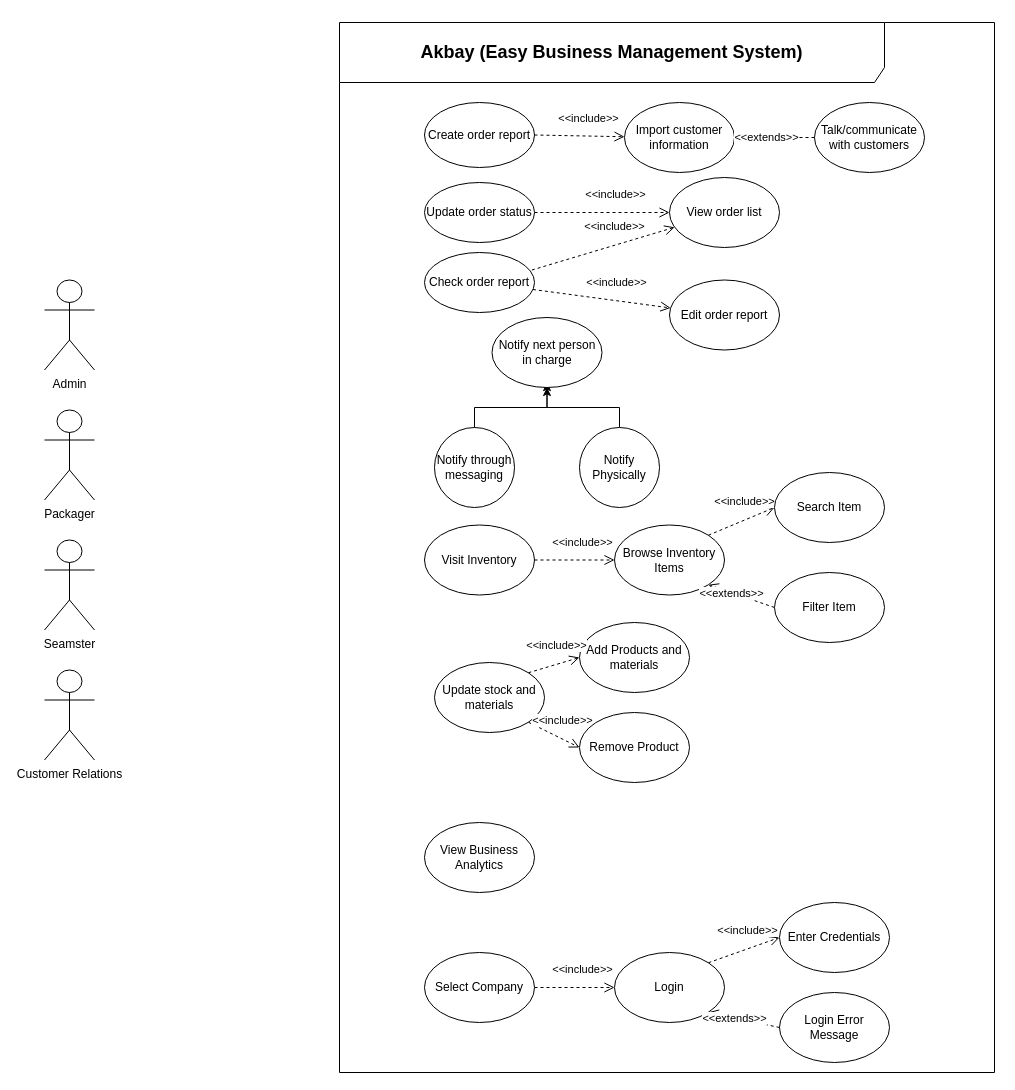
Earlier version of the draw.io diagram page "Page-6" (6 of 6) of UML CASE.drawio (BryanFabellore/Team_SPOTLIGHT). Source tidied: cells renumbered, new cells numbered last; positions are measured from the earlier drawing's top-left corner, leaving out a move shared by most shapes. Both pictures are drawn from the tidied source at 100%, with x=0, y=0 at pixel (44, 22).
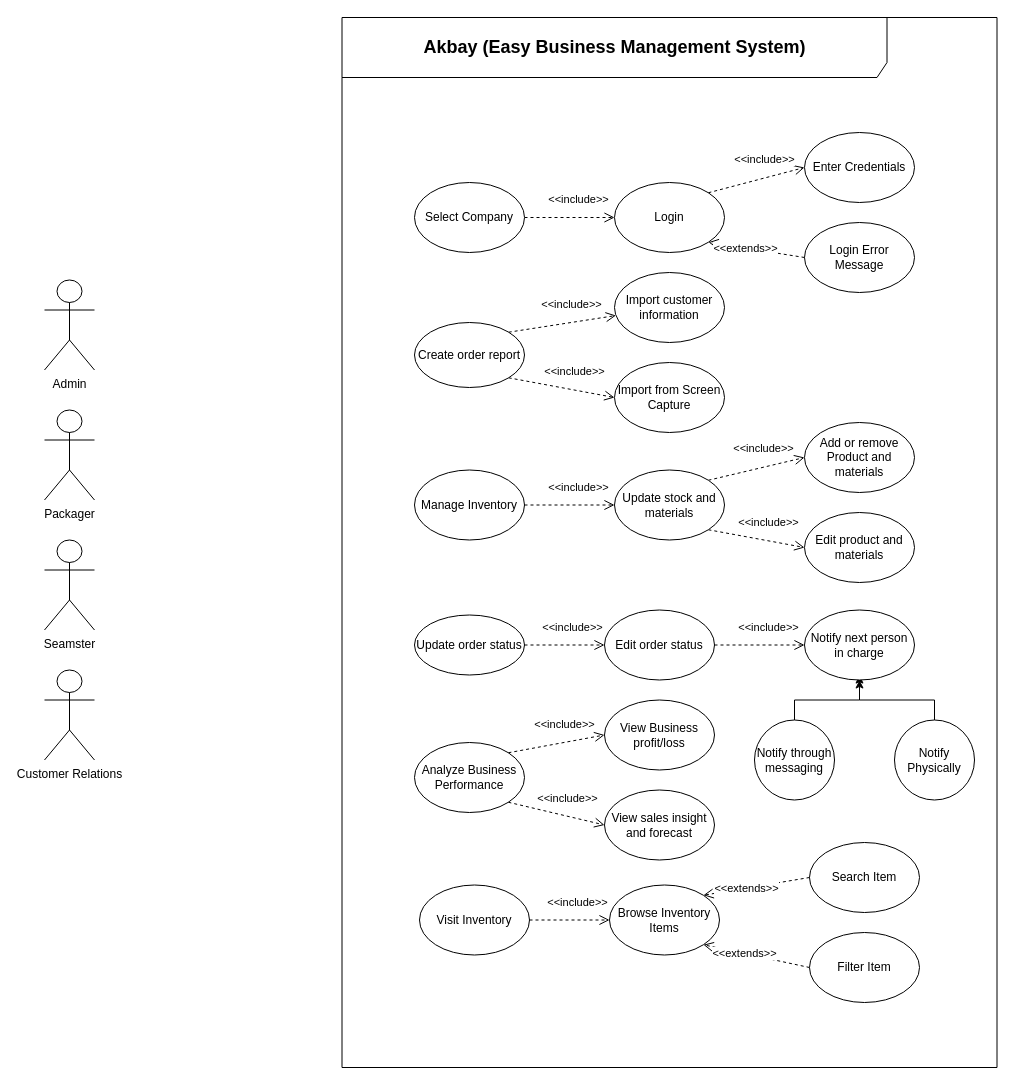
Above is the later version.

Diff of the diagram source:
```diff
@@
     <mxCell id="2" value="&lt;b&gt;&lt;font style=&quot;font-size: 18px;&quot;&gt;Akbay (Easy Business Management System)&lt;/font&gt;&lt;/b&gt;" style="shape=umlFrame;whiteSpace=wrap;html=1;width=545;height=60;" parent="1" vertex="1">
-      <mxGeometry x="295" width="655" height="1050" as="geometry" />
+      <mxGeometry x="297.5" y="-5" width="655" height="1050" as="geometry" />
     </mxCell>
@@
-    <mxCell id="7" value="Check order report" style="ellipse;whiteSpace=wrap;html=1;" parent="1" vertex="1">
-      <mxGeometry x="380" y="230" width="110" height="60" as="geometry" />
-    </mxCell>
     <mxCell id="8" value="Update order status" style="ellipse;whiteSpace=wrap;html=1;" parent="1" vertex="1">
-      <mxGeometry x="380" y="160" width="110" height="60" as="geometry" />
+      <mxGeometry x="370" y="592.5" width="110" height="60" as="geometry" />
     </mxCell>
     <mxCell id="9" value="Browse Inventory Items" style="ellipse;whiteSpace=wrap;html=1;" parent="1" vertex="1">
-      <mxGeometry x="570" y="502.5" width="110" height="70" as="geometry" />
+      <mxGeometry x="565" y="862.5" width="110" height="70" as="geometry" />
     </mxCell>
-    <mxCell id="10" value="Update stock and materials" style="ellipse;whiteSpace=wrap;html=1;" parent="1" vertex="1">
-      <mxGeometry x="390" y="640" width="110" height="70" as="geometry" />
+    <mxCell id="10" value="Manage Inventory" style="ellipse;whiteSpace=wrap;html=1;" parent="1" vertex="1">
+      <mxGeometry x="370" y="447.5" width="110" height="70" as="geometry" />
     </mxCell>
     <mxCell id="11" value="Create order report" style="ellipse;whiteSpace=wrap;html=1;" parent="1" vertex="1">
-      <mxGeometry x="380" y="80" width="110" height="65" as="geometry" />
+      <mxGeometry x="370" y="300" width="110" height="65" as="geometry" />
     </mxCell>
     <mxCell id="12" value="Import customer information" style="ellipse;whiteSpace=wrap;html=1;" parent="1" vertex="1">
-      <mxGeometry x="580" y="80" width="110" height="70" as="geometry" />
+      <mxGeometry x="570" y="250" width="110" height="70" as="geometry" />
     </mxCell>
-    <mxCell id="13" value="Edit order report" style="ellipse;whiteSpace=wrap;html=1;" parent="1" vertex="1">
-      <mxGeometry x="625" y="257.5" width="110" height="70" as="geometry" />
+    <mxCell id="13" value="Edit order status" style="ellipse;whiteSpace=wrap;html=1;" parent="1" vertex="1">
+      <mxGeometry x="560" y="587.5" width="110" height="70" as="geometry" />
     </mxCell>
-    <mxCell id="14" value="Talk/communicate with customers" style="ellipse;whiteSpace=wrap;html=1;" parent="1" vertex="1">
-      <mxGeometry x="770" y="80" width="110" height="70" as="geometry" />
-    </mxCell>
-    <mxCell id="15" value="View order list" style="ellipse;whiteSpace=wrap;html=1;" parent="1" vertex="1">
-      <mxGeometry x="625" y="155" width="110" height="70" as="geometry" />
-    </mxCell>
-    <mxCell id="16" value="&amp;lt;&amp;lt;include&amp;gt;&amp;gt;" style="html=1;verticalAlign=bottom;endArrow=open;dashed=1;endSize=8;rounded=0;exitX=0.976;exitY=0.292;exitDx=0;exitDy=0;exitPerimeter=0;" parent="1" edge="1" source="7" target="15">
-      <mxGeometry x="0.2" y="9" relative="1" as="geometry" />
-    </mxCell>
-    <mxCell id="17" value="&amp;lt;&amp;lt;include&amp;gt;&amp;gt;" style="html=1;verticalAlign=bottom;endArrow=open;dashed=1;endSize=8;rounded=0;" parent="1" edge="1" source="7" target="13">
-      <mxGeometry x="0.2" y="9" relative="1" as="geometry" />
-    </mxCell>
-    <mxCell id="18" value="&amp;lt;&amp;lt;include&amp;gt;&amp;gt;" style="html=1;verticalAlign=bottom;endArrow=open;dashed=1;endSize=8;rounded=0;exitX=1;exitY=0.5;exitDx=0;exitDy=0;" parent="1" edge="1" source="11" target="12">
+    <mxCell id="18" value="&amp;lt;&amp;lt;include&amp;gt;&amp;gt;" style="html=1;verticalAlign=bottom;endArrow=open;dashed=1;endSize=8;rounded=0;exitX=1;exitY=0;exitDx=0;exitDy=0;" parent="1" edge="1" source="11" target="12">
       <mxGeometry x="0.2" y="9" relative="1" as="geometry" />
     </mxCell>
     <mxCell id="19" value="Login" style="ellipse;whiteSpace=wrap;html=1;" parent="1" vertex="1">
-      <mxGeometry x="570" y="930" width="110" height="70" as="geometry" />
+      <mxGeometry x="570" y="160" width="110" height="70" as="geometry" />
     </mxCell>
@@
     <mxCell id="21" value="Login Error Message" style="ellipse;whiteSpace=wrap;html=1;" parent="1" vertex="1">
-      <mxGeometry x="735" y="970" width="110" height="70" as="geometry" />
+      <mxGeometry x="760" y="200" width="110" height="70" as="geometry" />
     </mxCell>
@@
     <mxCell id="23" value="Enter Credentials" style="ellipse;whiteSpace=wrap;html=1;" parent="1" vertex="1">
-      <mxGeometry x="735" y="880" width="110" height="70" as="geometry" />
+      <mxGeometry x="760" y="110" width="110" height="70" as="geometry" />
     </mxCell>
@@
-    <mxCell id="25" value="&amp;lt;&amp;lt;include&amp;gt;&amp;gt;" style="html=1;verticalAlign=bottom;endArrow=open;dashed=1;endSize=8;rounded=0;exitX=1;exitY=1;exitDx=0;exitDy=0;entryX=0;entryY=0.5;entryDx=0;entryDy=0;" parent="1" edge="1" source="10" target="35">
+    <mxCell id="25" value="&amp;lt;&amp;lt;include&amp;gt;&amp;gt;" style="html=1;verticalAlign=bottom;endArrow=open;dashed=1;endSize=8;rounded=0;exitX=1;exitY=1;exitDx=0;exitDy=0;entryX=0;entryY=0.5;entryDx=0;entryDy=0;" parent="1" edge="1" source="48" target="35">
       <mxGeometry x="0.2" y="9" relative="1" as="geometry" />
     </mxCell>
-    <mxCell id="26" value="&amp;lt;&amp;lt;include&amp;gt;&amp;gt;" style="html=1;verticalAlign=bottom;endArrow=open;dashed=1;endSize=8;rounded=0;entryX=0;entryY=0.5;entryDx=0;entryDy=0;exitX=1;exitY=0;exitDx=0;exitDy=0;" parent="1" edge="1" source="9" target="33">
-      <mxGeometry x="0.2" y="9" relative="1" as="geometry" />
-    </mxCell>
@@
     <mxCell id="28" style="edgeStyle=orthogonalEdgeStyle;rounded=0;jettySize=auto;html=1;entryX=0.5;entryY=0.929;entryDx=0;entryDy=0;entryPerimeter=0;fontSize=18;" parent="1" edge="1" source="29" target="30">
-      <mxGeometry relative="1" as="geometry" />
+      <mxGeometry relative="1" as="geometry">
+        <Array as="points">
+          <mxPoint x="750" y="677.5" />
+          <mxPoint x="815" y="677.5" />
+        </Array>
+      </mxGeometry>
     </mxCell>
     <mxCell id="29" value="Notify through messaging" style="ellipse;whiteSpace=wrap;html=1;" parent="1" vertex="1">
-      <mxGeometry x="390" y="405" width="80" height="80" as="geometry" />
+      <mxGeometry x="710" y="697.5" width="80" height="80" as="geometry" />
     </mxCell>
     <mxCell id="30" value="Notify next person in charge" style="ellipse;whiteSpace=wrap;html=1;" parent="1" vertex="1">
-      <mxGeometry x="447.5" y="295" width="110" height="70" as="geometry" />
+      <mxGeometry x="760" y="587.5" width="110" height="70" as="geometry" />
     </mxCell>
     <mxCell id="31" style="edgeStyle=orthogonalEdgeStyle;rounded=0;jettySize=auto;html=1;fontSize=18;" parent="1" edge="1" source="32" target="30">
-      <mxGeometry relative="1" as="geometry" />
+      <mxGeometry relative="1" as="geometry">
+        <Array as="points">
+          <mxPoint x="890" y="677.5" />
+          <mxPoint x="815" y="677.5" />
+        </Array>
+      </mxGeometry>
     </mxCell>
     <mxCell id="32" value="Notify Physically" style="ellipse;whiteSpace=wrap;html=1;" parent="1" vertex="1">
-      <mxGeometry x="535" y="405" width="80" height="80" as="geometry" />
+      <mxGeometry x="850" y="697.5" width="80" height="80" as="geometry" />
     </mxCell>
     <mxCell id="33" value="Search Item" style="ellipse;whiteSpace=wrap;html=1;" parent="1" vertex="1">
-      <mxGeometry x="730" y="450" width="110" height="70" as="geometry" />
+      <mxGeometry x="765" y="820" width="110" height="70" as="geometry" />
     </mxCell>
     <mxCell id="34" value="Filter Item" style="ellipse;whiteSpace=wrap;html=1;" parent="1" vertex="1">
-      <mxGeometry x="730" y="550" width="110" height="70" as="geometry" />
+      <mxGeometry x="765" y="910" width="110" height="70" as="geometry" />
     </mxCell>
-    <mxCell id="35" value="Remove Product" style="ellipse;whiteSpace=wrap;html=1;" parent="1" vertex="1">
-      <mxGeometry x="535" y="690" width="110" height="70" as="geometry" />
+    <mxCell id="35" value="Edit product and materials" style="ellipse;whiteSpace=wrap;html=1;" parent="1" vertex="1">
+      <mxGeometry x="760" y="490" width="110" height="70" as="geometry" />
     </mxCell>
-    <mxCell id="36" value="Add Products and materials" style="ellipse;whiteSpace=wrap;html=1;" parent="1" vertex="1">
-      <mxGeometry x="535" y="600" width="110" height="70" as="geometry" />
+    <mxCell id="36" value="Add or remove Product and materials" style="ellipse;whiteSpace=wrap;html=1;" parent="1" vertex="1">
+      <mxGeometry x="760" y="400" width="110" height="70" as="geometry" />
     </mxCell>
-    <mxCell id="37" value="&amp;lt;&amp;lt;include&amp;gt;&amp;gt;" style="html=1;verticalAlign=bottom;endArrow=open;dashed=1;endSize=8;rounded=0;exitX=1;exitY=0.5;exitDx=0;exitDy=0;" parent="1" edge="1" source="8" target="15">
-      <mxGeometry x="0.2" y="9" relative="1" as="geometry" />
-    </mxCell>
     <mxCell id="38" value="Select Company" style="ellipse;whiteSpace=wrap;html=1;" parent="1" vertex="1">
-      <mxGeometry x="380" y="930" width="110" height="70" as="geometry" />
+      <mxGeometry x="370" y="160" width="110" height="70" as="geometry" />
     </mxCell>
-    <mxCell id="39" value="&amp;lt;&amp;lt;include&amp;gt;&amp;gt;" style="html=1;verticalAlign=bottom;endArrow=open;dashed=1;endSize=8;rounded=0;exitX=1;exitY=0;exitDx=0;exitDy=0;entryX=0;entryY=0.5;entryDx=0;entryDy=0;" parent="1" edge="1" source="10" target="36">
+    <mxCell id="39" value="&amp;lt;&amp;lt;include&amp;gt;&amp;gt;" style="html=1;verticalAlign=bottom;endArrow=open;dashed=1;endSize=8;rounded=0;exitX=1;exitY=0;exitDx=0;exitDy=0;entryX=0;entryY=0.5;entryDx=0;entryDy=0;" parent="1" edge="1" source="48" target="36">
       <mxGeometry x="0.2" y="9" relative="1" as="geometry" />
     </mxCell>
     <mxCell id="40" value="Visit Inventory" style="ellipse;whiteSpace=wrap;html=1;" parent="1" vertex="1">
-      <mxGeometry x="380" y="502.5" width="110" height="70" as="geometry" />
+      <mxGeometry x="375" y="862.5" width="110" height="70" as="geometry" />
     </mxCell>
@@
-    <mxCell id="42" value="View Business Analytics" style="ellipse;whiteSpace=wrap;html=1;" parent="1" vertex="1">
-      <mxGeometry x="380" y="800" width="110" height="70" as="geometry" />
+    <mxCell id="42" value="Analyze Business Performance" style="ellipse;whiteSpace=wrap;html=1;" parent="1" vertex="1">
+      <mxGeometry x="370" y="720" width="110" height="70" as="geometry" />
     </mxCell>
+    <mxCell id="44" value="Import from Screen Capture" style="ellipse;whiteSpace=wrap;html=1;" parent="1" vertex="1">
+      <mxGeometry x="570" y="340" width="110" height="70" as="geometry" />
+    </mxCell>
+    <mxCell id="45" value="&amp;lt;&amp;lt;include&amp;gt;&amp;gt;" style="html=1;verticalAlign=bottom;endArrow=open;dashed=1;endSize=8;rounded=0;entryX=0;entryY=0.5;entryDx=0;entryDy=0;exitX=1;exitY=1;exitDx=0;exitDy=0;" parent="1" edge="1" source="11" target="44">
+      <mxGeometry x="0.2" y="9" relative="1" as="geometry" />
+    </mxCell>
+    <mxCell id="46" value="&amp;lt;&amp;lt;include&amp;gt;&amp;gt;" style="html=1;verticalAlign=bottom;endArrow=open;dashed=1;endSize=8;rounded=0;exitX=1;exitY=0.5;exitDx=0;exitDy=0;entryX=0;entryY=0.5;entryDx=0;entryDy=0;" parent="1" edge="1" source="8" target="13">
+      <mxGeometry x="0.2" y="9" relative="1" as="geometry" />
+    </mxCell>
+    <mxCell id="47" value="&amp;lt;&amp;lt;include&amp;gt;&amp;gt;" style="html=1;verticalAlign=bottom;endArrow=open;dashed=1;endSize=8;rounded=0;exitX=1;exitY=0.5;exitDx=0;exitDy=0;entryX=0;entryY=0.5;entryDx=0;entryDy=0;" parent="1" edge="1" source="13" target="30">
+      <mxGeometry x="0.2" y="9" relative="1" as="geometry" />
+    </mxCell>
-    <mxCell id="43" value="&amp;lt;&amp;lt;extends&amp;gt;&amp;gt;" style="html=1;verticalAlign=bottom;endArrow=open;dashed=1;endSize=8;rounded=0;exitX=0;exitY=0.5;exitDx=0;exitDy=0;" parent="1" edge="1" source="14" target="12">
+    <mxCell id="43" value="&amp;lt;&amp;lt;extends&amp;gt;&amp;gt;" style="html=1;verticalAlign=bottom;endArrow=open;dashed=1;endSize=8;rounded=0;exitX=0;exitY=0.5;exitDx=0;exitDy=0;entryX=1;entryY=0;entryDx=0;entryDy=0;" parent="1" edge="1" source="33" target="9">
       <mxGeometry x="0.2" y="9" relative="1" as="geometry" />
     </mxCell>
+    <mxCell id="48" value="Update stock and materials" style="ellipse;whiteSpace=wrap;html=1;" parent="1" vertex="1">
+      <mxGeometry x="570" y="447.5" width="110" height="70" as="geometry" />
+    </mxCell>
+    <mxCell id="49" value="&amp;lt;&amp;lt;include&amp;gt;&amp;gt;" style="html=1;verticalAlign=bottom;endArrow=open;dashed=1;endSize=8;rounded=0;exitX=1;exitY=0.5;exitDx=0;exitDy=0;entryX=0;entryY=0.5;entryDx=0;entryDy=0;" parent="1" edge="1" source="10" target="48">
+      <mxGeometry x="0.2" y="9" relative="1" as="geometry" />
+    </mxCell>
+    <mxCell id="50" value="View Business profit/loss" style="ellipse;whiteSpace=wrap;html=1;" parent="1" vertex="1">
+      <mxGeometry x="560" y="677.5" width="110" height="70" as="geometry" />
+    </mxCell>
+    <mxCell id="51" value="View sales insight and forecast" style="ellipse;whiteSpace=wrap;html=1;" parent="1" vertex="1">
+      <mxGeometry x="560" y="767.5" width="110" height="70" as="geometry" />
+    </mxCell>
+    <mxCell id="52" value="&amp;lt;&amp;lt;include&amp;gt;&amp;gt;" style="html=1;verticalAlign=bottom;endArrow=open;dashed=1;endSize=8;rounded=0;exitX=1;exitY=0;exitDx=0;exitDy=0;entryX=0;entryY=0.5;entryDx=0;entryDy=0;" parent="1" edge="1" source="42" target="50">
+      <mxGeometry x="0.2" y="9" relative="1" as="geometry" />
+    </mxCell>
+    <mxCell id="53" value="&amp;lt;&amp;lt;include&amp;gt;&amp;gt;" style="html=1;verticalAlign=bottom;endArrow=open;dashed=1;endSize=8;rounded=0;exitX=1;exitY=1;exitDx=0;exitDy=0;entryX=0;entryY=0.5;entryDx=0;entryDy=0;" parent="1" edge="1" source="42" target="51">
+      <mxGeometry x="0.2" y="9" relative="1" as="geometry" />
+    </mxCell>
```
